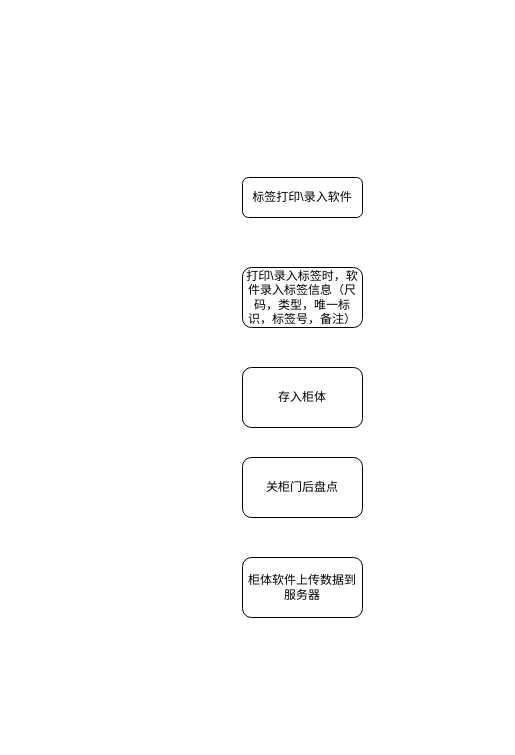
Before: 未命名绘图.drawio in HXLMOM/cctest, a draw.io diagram. Source tidied: cells renumbered, new cells numbered last; positions are measured from the earlier drawing's top-left corner, leaving out a move shared by most shapes. Both pictures are drawn from the tidied source at 100%, with x=0, y=0 at pixel (242, 177).
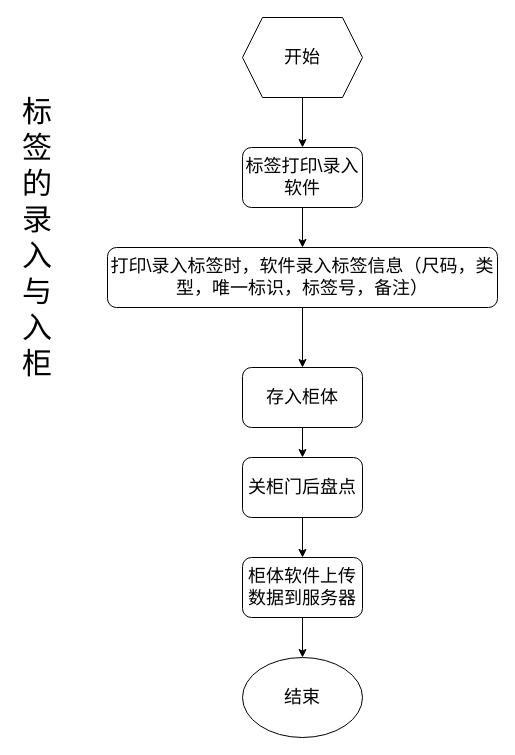
The same diagram, later.

Commit message:
更新未命名绘图.drawio

What changed in the source:
```diff
@@
 <mxGraphModel>
   <root>
     <mxCell id="0" />
     <mxCell id="1" parent="0" />
+    <mxCell id="7" style="edgeStyle=orthogonalEdgeStyle;rounded=0;jettySize=auto;html=1;fontSize=18;" parent="1" edge="1" source="3" target="4">
+      <mxGeometry relative="1" as="geometry" />
+    </mxCell>
+    <mxCell id="3" value="打印\录入标签时，软件录入标签信息（尺码，类型，唯一标识，标签号，备注）" style="rounded=1;whiteSpace=wrap;html=1;fontSize=18;" parent="1" vertex="1">
+      <mxGeometry x="-135" y="70" width="390" height="60" as="geometry" />
+    </mxCell>
+    <mxCell id="8" style="edgeStyle=orthogonalEdgeStyle;rounded=0;jettySize=auto;html=1;fontSize=18;" parent="1" edge="1" source="4" target="5">
+      <mxGeometry relative="1" as="geometry" />
+    </mxCell>
+    <mxCell id="4" value="存入柜体" style="rounded=1;whiteSpace=wrap;html=1;fontSize=18;" parent="1" vertex="1">
+      <mxGeometry y="190" width="120" height="60" as="geometry" />
+    </mxCell>
+    <mxCell id="9" style="edgeStyle=orthogonalEdgeStyle;rounded=0;jettySize=auto;html=1;fontSize=18;" parent="1" edge="1" source="5" target="6">
+      <mxGeometry relative="1" as="geometry" />
+    </mxCell>
+    <mxCell id="5" value="关柜门后盘点" style="rounded=1;whiteSpace=wrap;html=1;fontSize=18;" parent="1" vertex="1">
+      <mxGeometry y="280" width="120" height="60" as="geometry" />
+    </mxCell>
+    <mxCell id="10" style="edgeStyle=orthogonalEdgeStyle;rounded=0;jettySize=auto;html=1;fontSize=18;" parent="1" edge="1" source="6" target="13">
+      <mxGeometry relative="1" as="geometry" />
+    </mxCell>
+    <mxCell id="6" value="柜体软件上传数据到服务器" style="rounded=1;whiteSpace=wrap;html=1;fontSize=18;" parent="1" vertex="1">
+      <mxGeometry y="380" width="120" height="60" as="geometry" />
+    </mxCell>
+    <mxCell id="11" style="edgeStyle=orthogonalEdgeStyle;rounded=0;jettySize=auto;html=1;entryX=0.5;entryY=0;entryDx=0;entryDy=0;fontSize=18;" parent="1" edge="1" source="12" target="2">
+      <mxGeometry relative="1" as="geometry" />
+    </mxCell>
+    <mxCell id="12" value="开始" style="shape=hexagon;perimeter=hexagonPerimeter2;whiteSpace=wrap;html=1;fixedSize=1;fontSize=18;" parent="1" vertex="1">
+      <mxGeometry y="-160" width="120" height="80" as="geometry" />
+    </mxCell>
+    <mxCell id="13" value="结束" style="ellipse;whiteSpace=wrap;html=1;fontSize=18;" parent="1" vertex="1">
+      <mxGeometry y="480" width="120" height="80" as="geometry" />
+    </mxCell>
+    <mxCell id="14" style="edgeStyle=orthogonalEdgeStyle;rounded=0;jettySize=auto;html=1;fontSize=18;" parent="1" edge="1" source="2" target="3">
+      <mxGeometry relative="1" as="geometry" />
+    </mxCell>
-    <mxCell id="2" value="标签打印\录入软件" style="rounded=1;whiteSpace=wrap;html=1;fontSize=12;glass=0;strokeWidth=1;shadow=0;" parent="1" vertex="1">
-      <mxGeometry width="120" height="40" as="geometry" />
+    <mxCell id="2" value="标签打印\录入软件" style="rounded=1;whiteSpace=wrap;html=1;fontSize=18;" parent="1" vertex="1">
+      <mxGeometry y="-30" width="120" height="60" as="geometry" />
     </mxCell>
-    <mxCell id="3" value="打印\录入标签时，软件录入标签信息（尺码，类型，唯一标识，标签号，备注）" style="rounded=1;whiteSpace=wrap;html=1;" parent="1" vertex="1">
-      <mxGeometry y="90" width="120" height="60" as="geometry" />
-    </mxCell>
-    <mxCell id="4" value="存入柜体" style="rounded=1;whiteSpace=wrap;html=1;" parent="1" vertex="1">
-      <mxGeometry y="190" width="120" height="60" as="geometry" />
-    </mxCell>
-    <mxCell id="5" value="关柜门后盘点" style="rounded=1;whiteSpace=wrap;html=1;" parent="1" vertex="1">
-      <mxGeometry y="280" width="120" height="60" as="geometry" />
-    </mxCell>
-    <mxCell id="6" value="柜体软件上传数据到服务器" style="rounded=1;whiteSpace=wrap;html=1;" parent="1" vertex="1">
-      <mxGeometry y="380" width="120" height="60" as="geometry" />
-    </mxCell>
+    <mxCell id="15" value="标签的录入与入柜" style="glass=0;labelPosition=center;verticalLabelPosition=middle;align=center;verticalAlign=middle;horizontal=1;fontColor=default;textDirection=rtl;direction=south;rotation=0;whiteSpace=wrap;fontSize=30;labelBorderColor=none;strokeColor=none;" parent="1" vertex="1">
+      <mxGeometry x="-225" y="-80" width="40" height="280" as="geometry" />
+    </mxCell>
   </root>
 </mxGraphModel>
```
